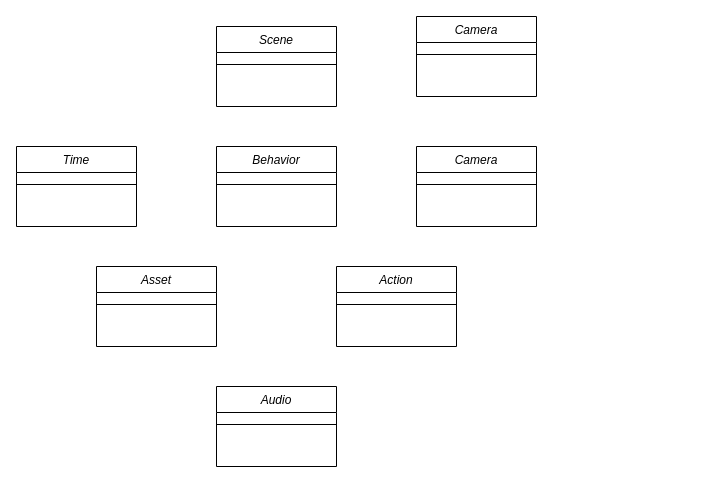
Above: main.drawio in sai11101989/vrsemantics (draw.io), before the change. Source tidied: cells renumbered, new cells numbered last; positions are measured from the earlier drawing's top-left corner, leaving out a move shared by most shapes. Both pictures are drawn from the tidied source at 100%, with x=0, y=0 at pixel (16, 16).
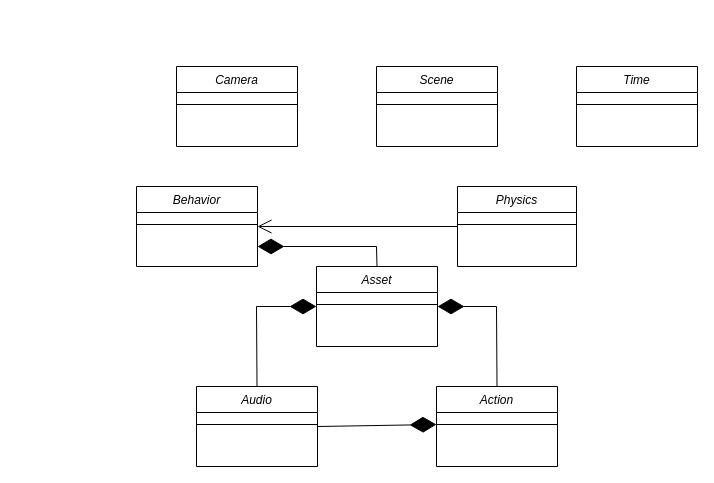
The same diagram, later.

Diff of the diagram source:
```diff
@@
     <mxCell id="2" value="Asset" style="swimlane;fontStyle=2;align=center;verticalAlign=top;horizontal=1;startSize=26;rounded=0;shadow=0;strokeWidth=1;" parent="1" vertex="1">
-      <mxGeometry x="80" y="250" width="120" height="80" as="geometry" />
+      <mxGeometry x="300" y="250" width="121" height="80" as="geometry" />
     </mxCell>
     <mxCell id="3" style="line;html=1;strokeWidth=1;align=left;verticalAlign=middle;spacingTop=-1;spacingLeft=3;spacingRight=3;labelPosition=right;" parent="2" vertex="1">
-      <mxGeometry y="26" width="120" height="24" as="geometry" />
+      <mxGeometry y="26" width="121" height="24" as="geometry" />
     </mxCell>
     <mxCell id="4" value="Action" style="swimlane;fontStyle=2;align=center;verticalAlign=top;horizontal=1;startSize=26;rounded=0;shadow=0;strokeWidth=1;" parent="1" vertex="1">
-      <mxGeometry x="320" y="250" width="120" height="80" as="geometry" />
+      <mxGeometry x="420" y="370" width="121" height="80" as="geometry" />
     </mxCell>
     <mxCell id="5" style="line;html=1;strokeWidth=1;align=left;verticalAlign=middle;spacingTop=-1;spacingLeft=3;spacingRight=3;labelPosition=right;" parent="4" vertex="1">
-      <mxGeometry y="26" width="120" height="24" as="geometry" />
+      <mxGeometry y="26" width="121" height="24" as="geometry" />
     </mxCell>
     <mxCell id="6" value="Audio" style="swimlane;fontStyle=2;align=center;verticalAlign=top;horizontal=1;startSize=26;rounded=0;shadow=0;strokeWidth=1;" parent="1" vertex="1">
-      <mxGeometry x="200" y="370" width="120" height="80" as="geometry" />
+      <mxGeometry x="180" y="370" width="121" height="80" as="geometry" />
     </mxCell>
     <mxCell id="7" style="line;html=1;strokeWidth=1;align=left;verticalAlign=middle;spacingTop=-1;spacingLeft=3;spacingRight=3;labelPosition=right;" parent="6" vertex="1">
-      <mxGeometry y="26" width="120" height="24" as="geometry" />
+      <mxGeometry y="26" width="121" height="24" as="geometry" />
     </mxCell>
     <mxCell id="8" value="Scene" style="swimlane;fontStyle=2;align=center;verticalAlign=top;horizontal=1;startSize=26;rounded=0;shadow=0;strokeWidth=1;" parent="1" vertex="1">
-      <mxGeometry x="200" y="10" width="120" height="80" as="geometry" />
+      <mxGeometry x="360" y="50" width="121" height="80" as="geometry" />
     </mxCell>
     <mxCell id="9" style="line;html=1;strokeWidth=1;align=left;verticalAlign=middle;spacingTop=-1;spacingLeft=3;spacingRight=3;labelPosition=right;" parent="8" vertex="1">
-      <mxGeometry y="26" width="120" height="24" as="geometry" />
+      <mxGeometry y="26" width="121" height="24" as="geometry" />
     </mxCell>
     <mxCell id="10" value="Time" style="swimlane;fontStyle=2;align=center;verticalAlign=top;horizontal=1;startSize=26;rounded=0;shadow=0;strokeWidth=1;" parent="1" vertex="1">
-      <mxGeometry y="130" width="120" height="80" as="geometry" />
+      <mxGeometry x="560" y="50" width="121" height="80" as="geometry" />
     </mxCell>
     <mxCell id="11" style="line;html=1;strokeWidth=1;align=left;verticalAlign=middle;spacingTop=-1;spacingLeft=3;spacingRight=3;labelPosition=right;" parent="10" vertex="1">
-      <mxGeometry y="26" width="120" height="24" as="geometry" />
+      <mxGeometry y="26" width="121" height="24" as="geometry" />
     </mxCell>
     <mxCell id="12" value="Behavior" style="swimlane;fontStyle=2;align=center;verticalAlign=top;horizontal=1;startSize=26;rounded=0;shadow=0;strokeWidth=1;" parent="1" vertex="1">
-      <mxGeometry x="200" y="130" width="120" height="80" as="geometry" />
+      <mxGeometry x="120" y="170" width="121" height="80" as="geometry" />
     </mxCell>
     <mxCell id="13" style="line;html=1;strokeWidth=1;align=left;verticalAlign=middle;spacingTop=-1;spacingLeft=3;spacingRight=3;labelPosition=right;" parent="12" vertex="1">
-      <mxGeometry y="26" width="120" height="24" as="geometry" />
+      <mxGeometry y="26" width="121" height="24" as="geometry" />
     </mxCell>
-    <mxCell id="14" value="Camera" style="swimlane;fontStyle=2;align=center;verticalAlign=top;horizontal=1;startSize=26;rounded=0;shadow=0;strokeWidth=1;" parent="1" vertex="1">
-      <mxGeometry x="400" y="130" width="120" height="80" as="geometry" />
+    <mxCell id="14" value="Physics" style="swimlane;fontStyle=2;align=center;verticalAlign=top;horizontal=1;startSize=26;rounded=0;shadow=0;strokeWidth=1;" parent="1" vertex="1">
+      <mxGeometry x="441" y="170" width="119" height="80" as="geometry" />
     </mxCell>
     <mxCell id="15" style="line;html=1;strokeWidth=1;align=left;verticalAlign=middle;spacingTop=-1;spacingLeft=3;spacingRight=3;labelPosition=right;" parent="14" vertex="1">
-      <mxGeometry y="26" width="120" height="24" as="geometry" />
+      <mxGeometry y="26" width="119" height="24" as="geometry" />
     </mxCell>
     <mxCell id="16" value="Camera" style="swimlane;fontStyle=2;align=center;verticalAlign=top;horizontal=1;startSize=26;rounded=0;shadow=0;strokeWidth=1;" parent="1" vertex="1">
-      <mxGeometry x="400" width="120" height="80" as="geometry" />
+      <mxGeometry x="160" y="50" width="121" height="80" as="geometry" />
     </mxCell>
     <mxCell id="17" style="line;html=1;strokeWidth=1;align=left;verticalAlign=middle;spacingTop=-1;spacingLeft=3;spacingRight=3;labelPosition=right;" parent="16" vertex="1">
-      <mxGeometry y="26" width="120" height="24" as="geometry" />
+      <mxGeometry y="26" width="121" height="24" as="geometry" />
     </mxCell>
+    <mxCell id="18" style="endArrow=diamondThin;endFill=1;endSize=24;html=1;rounded=0;exitX=0.5;exitY=0;exitDx=0;exitDy=0;entryX=0;entryY=0.5;entryDx=0;entryDy=0;" parent="1" edge="1" source="6" target="2">
+      <mxGeometry relative="1" as="geometry">
+        <Array as="points">
+          <mxPoint x="240" y="290" />
+        </Array>
+      </mxGeometry>
+    </mxCell>
+    <mxCell id="19" style="endArrow=diamondThin;endFill=1;endSize=24;html=1;rounded=0;exitX=1;exitY=0.5;exitDx=0;exitDy=0;" parent="1" edge="1" source="6">
+      <mxGeometry relative="1" as="geometry">
+        <mxPoint x="420" y="408" as="targetPoint" />
+      </mxGeometry>
+    </mxCell>
+    <mxCell id="20" style="endArrow=diamondThin;endFill=1;endSize=24;html=1;rounded=0;exitX=0.5;exitY=0;exitDx=0;exitDy=0;entryX=1;entryY=0.5;entryDx=0;entryDy=0;" parent="1" edge="1" source="4" target="2">
+      <mxGeometry relative="1" as="geometry">
+        <Array as="points">
+          <mxPoint x="480" y="290" />
+        </Array>
+      </mxGeometry>
+    </mxCell>
+    <mxCell id="21" style="endArrow=open;endFill=1;endSize=12;html=1;rounded=0;exitX=0;exitY=0.5;exitDx=0;exitDy=0;entryX=1;entryY=0.5;entryDx=0;entryDy=0;" parent="1" edge="1" source="14" target="12">
+      <mxGeometry relative="1" as="geometry" />
+    </mxCell>
+    <mxCell id="22" style="endArrow=diamondThin;endFill=1;endSize=24;html=1;rounded=0;exitX=0.5;exitY=0;exitDx=0;exitDy=0;entryX=1;entryY=0.75;entryDx=0;entryDy=0;" parent="1" edge="1" source="2" target="12">
+      <mxGeometry relative="1" as="geometry">
+        <Array as="points">
+          <mxPoint x="360" y="230" />
+        </Array>
+      </mxGeometry>
+    </mxCell>
```
